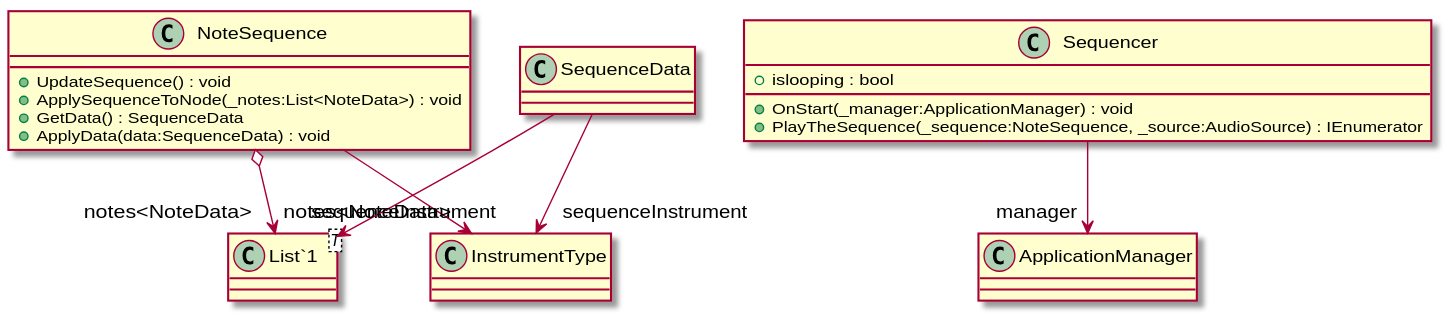
This is UML/Sequencer.svg from Emanuelsoniax/AudioSequencer, a PlantUML export, as it was before one commit. The source it was exported from:
```plantuml
@startuml
class Sequencer {
    + islooping : bool
    + OnStart(_manager:ApplicationManager) : void
    + PlayTheSequence(_sequence:NoteSequence, _source:AudioSource) : IEnumerator
}
class NoteSequence {
    + UpdateSequence() : void
    + ApplySequenceToNode(_notes:List<NoteData>) : void
    + GetData() : SequenceData
    + ApplyData(data:SequenceData) : void
}
class SequenceData {
}
class "List`1"<T> {
}
Sequencer --> "manager" ApplicationManager
NoteSequence o-> "notes<NoteData>" "List`1"
NoteSequence --> "sequenceInstrument" InstrumentType
SequenceData --> "notes<NoteData>" "List`1"
SequenceData --> "sequenceInstrument" InstrumentType
@enduml
```
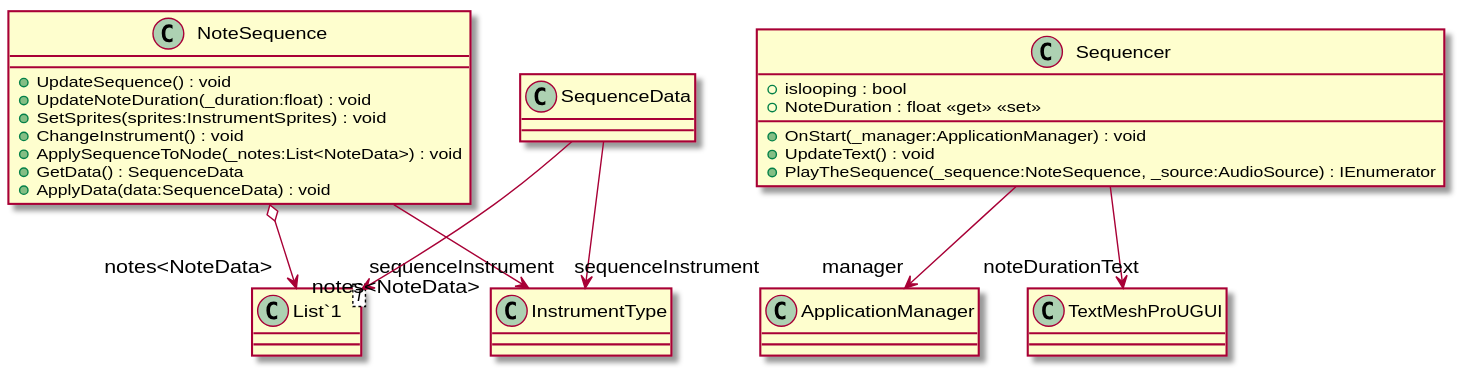
Later version of the same file.

The edit, as a diff of the source:
```diff
@@ -1,11 +1,16 @@
 @startuml
 class Sequencer {
     + islooping : bool
+    + NoteDuration : float <<get>> <<set>>
     + OnStart(_manager:ApplicationManager) : void
+    + UpdateText() : void
     + PlayTheSequence(_sequence:NoteSequence, _source:AudioSource) : IEnumerator
 }
 class NoteSequence {
     + UpdateSequence() : void
+    + UpdateNoteDuration(_duration:float) : void
+    + SetSprites(sprites:InstrumentSprites) : void
+    + ChangeInstrument() : void
     + ApplySequenceToNode(_notes:List<NoteData>) : void
     + GetData() : SequenceData
     + ApplyData(data:SequenceData) : void
@@ -15,6 +20,7 @@
 class "List`1"<T> {
 }
 Sequencer --> "manager" ApplicationManager
+Sequencer --> "noteDurationText" TextMeshProUGUI
 NoteSequence o-> "notes<NoteData>" "List`1"
 NoteSequence --> "sequenceInstrument" InstrumentType
 SequenceData --> "notes<NoteData>" "List`1"
```
